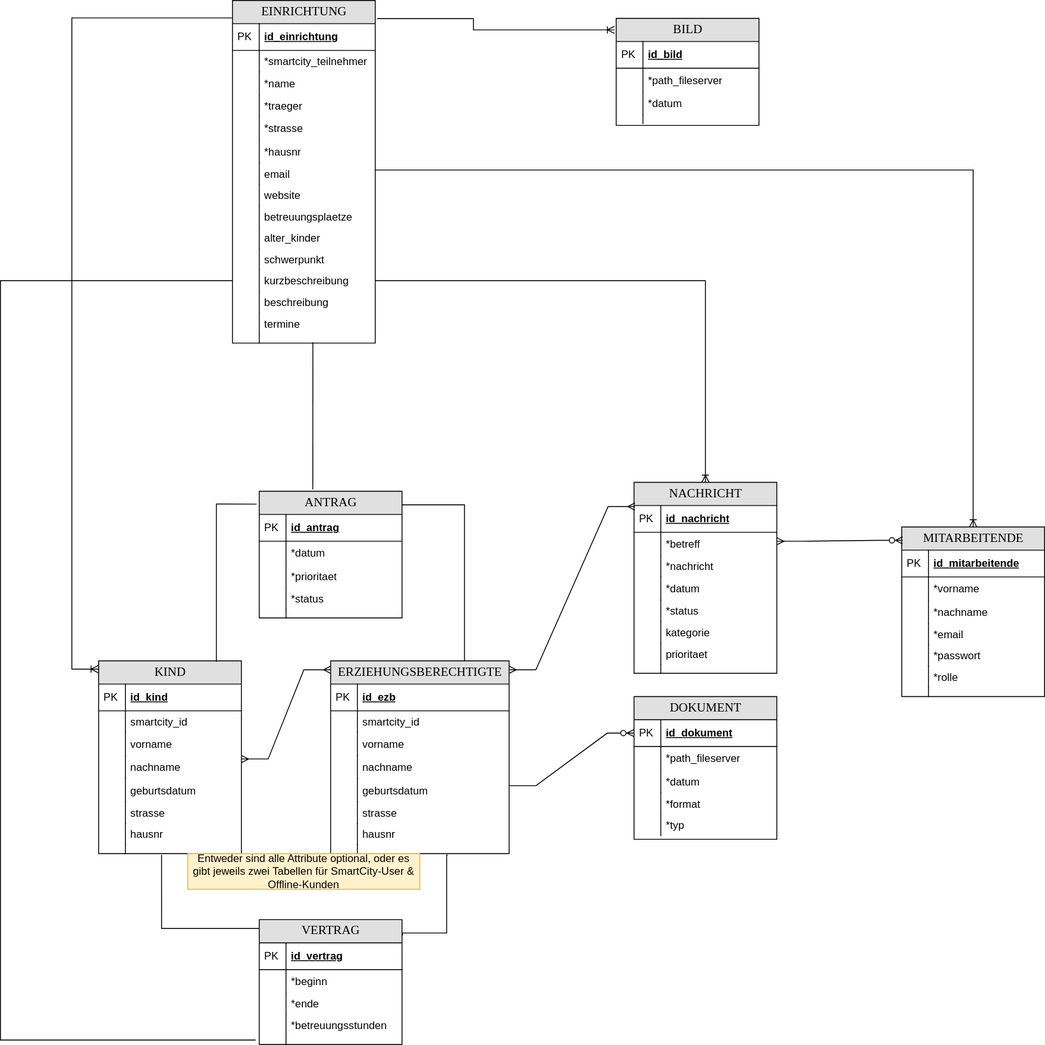
The draw.io diagram kita/media/ERM.svg in SmartCityProjectGroup/SmartCity, before a commit. Source tidied: cells renumbered, new cells last; positions are measured from the earlier drawing's top-left corner, leaving out a move shared by most shapes.
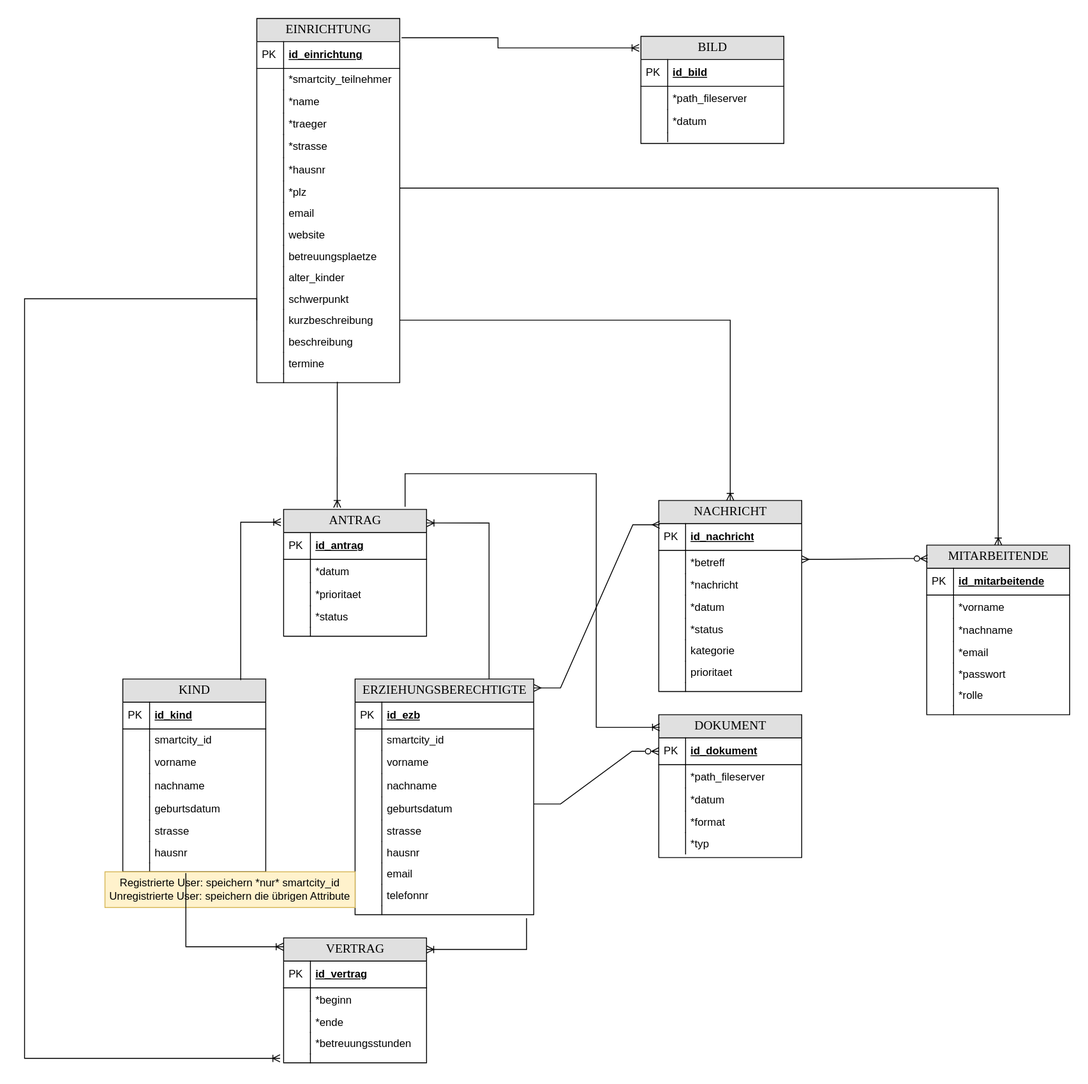
Above is the later version.

Commit message:
updated ERM, added glossary

What changed in the source:
```diff
@@ -54,7 +54,7 @@
       <mxGeometry width="30" height="10" as="geometry" />
     </mxCell>
     <mxCell id="19" value="ERZIEHUNGSBERECHTIGTE" style="swimlane;html=1;fontStyle=0;horizontal=1;startSize=26;fillColor=#e0e0e0;swimlaneFillColor=#ffffff;align=center;rounded=0;shadow=0;comic=0;labelBackgroundColor=none;strokeWidth=1;fontFamily=Verdana;fontSize=14;" parent="1" vertex="1">
-      <mxGeometry x="370" y="740" width="200" height="216" as="geometry" />
+      <mxGeometry x="370" y="740" width="200" height="264" as="geometry" />
     </mxCell>
     <mxCell id="20" value="id_ezb" style="shape=partialRectangle;top=0;left=0;right=0;bottom=1;html=1;align=left;verticalAlign=middle;fillColor=none;spacingLeft=34;spacingRight=4;whiteSpace=wrap;overflow=hidden;fontStyle=5;" parent="19" vertex="1">
       <mxGeometry y="26" width="200" height="30" as="geometry" />
@@ -98,14 +98,26 @@
     <mxCell id="33" style="shape=partialRectangle;top=0;left=0;bottom=0;fillColor=none;stokeWidth=1;align=left;verticalAlign=middle;spacingLeft=4;spacingRight=4;overflow=hidden;" parent="32" vertex="1">
       <mxGeometry width="30" height="24" as="geometry" />
     </mxCell>
+    <mxCell id="156" value="email" style="shape=partialRectangle;fillColor=none;align=left;verticalAlign=middle;strokeColor=none;spacingLeft=34;" parent="19" vertex="1">
+      <mxGeometry y="206" width="200" height="24" as="geometry" />
+    </mxCell>
+    <mxCell id="157" style="shape=partialRectangle;top=0;left=0;bottom=0;fillColor=none;stokeWidth=1;align=left;verticalAlign=middle;spacingLeft=4;spacingRight=4;overflow=hidden;" parent="156" vertex="1">
+      <mxGeometry width="30" height="24" as="geometry" />
+    </mxCell>
+    <mxCell id="158" value="telefonnr" style="shape=partialRectangle;fillColor=none;align=left;verticalAlign=middle;strokeColor=none;spacingLeft=34;" parent="19" vertex="1">
+      <mxGeometry y="230" width="200" height="24" as="geometry" />
+    </mxCell>
+    <mxCell id="159" style="shape=partialRectangle;top=0;left=0;bottom=0;fillColor=none;stokeWidth=1;align=left;verticalAlign=middle;spacingLeft=4;spacingRight=4;overflow=hidden;" parent="158" vertex="1">
+      <mxGeometry width="30" height="24" as="geometry" />
+    </mxCell>
     <mxCell id="34" style="shape=partialRectangle;top=0;left=0;right=0;bottom=0;html=1;align=left;verticalAlign=top;fillColor=none;spacingLeft=34;spacingRight=4;whiteSpace=wrap;overflow=hidden;points=[[0,0.5],[1,0.5]];portConstraint=eastwest;" parent="19" vertex="1">
-      <mxGeometry y="206" width="200" height="10" as="geometry" />
+      <mxGeometry y="254" width="200" height="10" as="geometry" />
     </mxCell>
     <mxCell id="35" style="shape=partialRectangle;top=0;left=0;bottom=0;html=1;fillColor=none;align=left;verticalAlign=top;spacingLeft=4;spacingRight=4;whiteSpace=wrap;overflow=hidden;" parent="34" vertex="1">
       <mxGeometry width="30" height="10" as="geometry" />
     </mxCell>
     <mxCell id="36" value="EINRICHTUNG" style="swimlane;html=1;fontStyle=0;horizontal=1;startSize=26;fillColor=#e0e0e0;swimlaneFillColor=#ffffff;align=center;rounded=0;shadow=0;comic=0;labelBackgroundColor=none;strokeWidth=1;fontFamily=Verdana;fontSize=14;" parent="1" vertex="1">
-      <mxGeometry x="260" width="160" height="384" as="geometry" />
+      <mxGeometry x="260" width="160" height="408" as="geometry" />
     </mxCell>
     <mxCell id="37" value="id_einrichtung" style="shape=partialRectangle;top=0;left=0;right=0;bottom=1;html=1;align=left;verticalAlign=middle;fillColor=none;spacingLeft=34;spacingRight=4;whiteSpace=wrap;overflow=hidden;fontStyle=5;" parent="36" vertex="1">
       <mxGeometry y="26" width="160" height="30" as="geometry" />
@@ -143,67 +155,66 @@
     <mxCell id="48" style="shape=partialRectangle;top=0;left=0;bottom=0;html=1;fillColor=none;align=left;verticalAlign=top;spacingLeft=4;spacingRight=4;whiteSpace=wrap;overflow=hidden;" parent="47" vertex="1">
       <mxGeometry width="30" height="26" as="geometry" />
     </mxCell>
+    <mxCell id="160" value="*plz" style="shape=partialRectangle;fillColor=none;align=left;verticalAlign=middle;strokeColor=none;spacingLeft=34;" parent="36" vertex="1">
+      <mxGeometry y="182" width="160" height="24" as="geometry" />
+    </mxCell>
+    <mxCell id="161" style="shape=partialRectangle;top=0;left=0;bottom=0;fillColor=none;stokeWidth=1;align=left;verticalAlign=middle;spacingLeft=4;spacingRight=4;overflow=hidden;" parent="160" vertex="1">
+      <mxGeometry width="30" height="24" as="geometry" />
+    </mxCell>
     <mxCell id="49" value="email" style="shape=partialRectangle;fillColor=none;align=left;verticalAlign=middle;strokeColor=none;spacingLeft=34;" parent="36" vertex="1">
-      <mxGeometry y="182" width="160" height="24" as="geometry" />
+      <mxGeometry y="206" width="160" height="24" as="geometry" />
     </mxCell>
     <mxCell id="50" style="shape=partialRectangle;top=0;left=0;bottom=0;fillColor=none;stokeWidth=1;align=left;verticalAlign=middle;spacingLeft=4;spacingRight=4;overflow=hidden;" parent="49" vertex="1">
       <mxGeometry width="30" height="24" as="geometry" />
     </mxCell>
     <mxCell id="51" value="website" style="shape=partialRectangle;fillColor=none;align=left;verticalAlign=middle;strokeColor=none;spacingLeft=34;" parent="36" vertex="1">
-      <mxGeometry y="206" width="160" height="24" as="geometry" />
+      <mxGeometry y="230" width="160" height="24" as="geometry" />
     </mxCell>
     <mxCell id="52" style="shape=partialRectangle;top=0;left=0;bottom=0;fillColor=none;stokeWidth=1;align=left;verticalAlign=middle;spacingLeft=4;spacingRight=4;overflow=hidden;" parent="51" vertex="1">
       <mxGeometry width="30" height="24" as="geometry" />
     </mxCell>
     <mxCell id="53" value="betreuungsplaetze" style="shape=partialRectangle;fillColor=none;align=left;verticalAlign=middle;strokeColor=none;spacingLeft=34;" parent="36" vertex="1">
-      <mxGeometry y="230" width="160" height="24" as="geometry" />
+      <mxGeometry y="254" width="160" height="24" as="geometry" />
     </mxCell>
     <mxCell id="54" style="shape=partialRectangle;top=0;left=0;bottom=0;fillColor=none;stokeWidth=1;align=left;verticalAlign=middle;spacingLeft=4;spacingRight=4;overflow=hidden;" parent="53" vertex="1">
       <mxGeometry width="30" height="24" as="geometry" />
     </mxCell>
     <mxCell id="55" value="alter_kinder" style="shape=partialRectangle;fillColor=none;align=left;verticalAlign=middle;strokeColor=none;spacingLeft=34;" parent="36" vertex="1">
-      <mxGeometry y="254" width="160" height="24" as="geometry" />
+      <mxGeometry y="278" width="160" height="24" as="geometry" />
     </mxCell>
     <mxCell id="56" style="shape=partialRectangle;top=0;left=0;bottom=0;fillColor=none;stokeWidth=1;align=left;verticalAlign=middle;spacingLeft=4;spacingRight=4;overflow=hidden;" parent="55" vertex="1">
       <mxGeometry width="30" height="24" as="geometry" />
     </mxCell>
     <mxCell id="57" value="schwerpunkt" style="shape=partialRectangle;fillColor=none;align=left;verticalAlign=middle;strokeColor=none;spacingLeft=34;" parent="36" vertex="1">
-      <mxGeometry y="278" width="160" height="24" as="geometry" />
+      <mxGeometry y="302" width="160" height="24" as="geometry" />
     </mxCell>
     <mxCell id="58" style="shape=partialRectangle;top=0;left=0;bottom=0;fillColor=none;stokeWidth=1;align=left;verticalAlign=middle;spacingLeft=4;spacingRight=4;overflow=hidden;" parent="57" vertex="1">
       <mxGeometry width="30" height="24" as="geometry" />
     </mxCell>
     <mxCell id="59" value="kurzbeschreibung" style="shape=partialRectangle;fillColor=none;align=left;verticalAlign=middle;strokeColor=none;spacingLeft=34;points=[[0,0.5],[1,0.5]];portConstraint=eastwest;" parent="36" vertex="1">
-      <mxGeometry y="302" width="160" height="24" as="geometry" />
+      <mxGeometry y="326" width="160" height="24" as="geometry" />
     </mxCell>
     <mxCell id="60" style="shape=partialRectangle;top=0;left=0;bottom=0;fillColor=none;stokeWidth=1;align=left;verticalAlign=middle;spacingLeft=4;spacingRight=4;overflow=hidden;" parent="59" vertex="1">
       <mxGeometry width="30" height="24" as="geometry" />
     </mxCell>
     <mxCell id="61" value="beschreibung" style="shape=partialRectangle;fillColor=none;align=left;verticalAlign=middle;strokeColor=none;spacingLeft=34;" parent="36" vertex="1">
-      <mxGeometry y="326" width="160" height="24" as="geometry" />
+      <mxGeometry y="350" width="160" height="24" as="geometry" />
     </mxCell>
     <mxCell id="62" style="shape=partialRectangle;top=0;left=0;bottom=0;fillColor=none;stokeWidth=1;align=left;verticalAlign=middle;spacingLeft=4;spacingRight=4;overflow=hidden;" parent="61" vertex="1">
       <mxGeometry width="30" height="24" as="geometry" />
     </mxCell>
     <mxCell id="63" value="termine" style="shape=partialRectangle;fillColor=none;align=left;verticalAlign=middle;strokeColor=none;spacingLeft=34;" parent="36" vertex="1">
-      <mxGeometry y="350" width="160" height="24" as="geometry" />
+      <mxGeometry y="374" width="160" height="24" as="geometry" />
     </mxCell>
     <mxCell id="64" style="shape=partialRectangle;top=0;left=0;bottom=0;fillColor=none;stokeWidth=1;align=left;verticalAlign=middle;spacingLeft=4;spacingRight=4;overflow=hidden;" parent="63" vertex="1">
       <mxGeometry width="30" height="24" as="geometry" />
     </mxCell>
     <mxCell id="65" style="shape=partialRectangle;top=0;left=0;right=0;bottom=0;html=1;align=left;verticalAlign=top;fillColor=none;spacingLeft=34;spacingRight=4;whiteSpace=wrap;overflow=hidden;points=[[0,0.5],[1,0.5]];portConstraint=eastwest;" parent="36" vertex="1">
-      <mxGeometry y="374" width="160" height="10" as="geometry" />
+      <mxGeometry y="398" width="160" height="10" as="geometry" />
     </mxCell>
     <mxCell id="66" style="shape=partialRectangle;top=0;left=0;bottom=0;html=1;fillColor=none;align=left;verticalAlign=top;spacingLeft=4;spacingRight=4;whiteSpace=wrap;overflow=hidden;" parent="65" vertex="1">
       <mxGeometry width="30" height="10" as="geometry" />
     </mxCell>
-    <mxCell id="67" style="edgeStyle=elbowEdgeStyle;fontSize=12;html=1;endArrow=ERoneToMany;rounded=0;exitX=0.002;exitY=0.051;exitDx=0;exitDy=0;exitPerimeter=0;entryX=-0.003;entryY=0.043;entryDx=0;entryDy=0;entryPerimeter=0;" parent="1" edge="1" source="36" target="2">
-      <mxGeometry relative="1" as="geometry">
-        <Array as="points">
-          <mxPoint x="80" y="500" />
-        </Array>
-      </mxGeometry>
-    </mxCell>
     <mxCell id="68" value="BILD" style="swimlane;html=1;fontStyle=0;horizontal=1;startSize=26;fillColor=#e0e0e0;swimlaneFillColor=#ffffff;align=center;rounded=0;shadow=0;comic=0;labelBackgroundColor=none;strokeWidth=1;fontFamily=Verdana;fontSize=14;" parent="1" vertex="1">
       <mxGeometry x="690" y="20" width="160" height="120" as="geometry" />
     </mxCell>
@@ -317,10 +328,10 @@
     <mxCell id="103" style="shape=partialRectangle;top=0;left=0;bottom=0;html=1;fillColor=none;align=left;verticalAlign=top;spacingLeft=4;spacingRight=4;whiteSpace=wrap;overflow=hidden;" parent="102" vertex="1">
       <mxGeometry width="30" height="10" as="geometry" />
     </mxCell>
-    <mxCell id="104" style="fontSize=12;html=1;endArrow=none;startArrow=none;rounded=0;entryX=1.002;entryY=0.107;entryDx=0;entryDy=0;entryPerimeter=0;exitX=0.75;exitY=0;exitDx=0;exitDy=0;edgeStyle=orthogonalEdgeStyle;startFill=0;endFill=0;" parent="1" edge="1" source="19" target="78">
+    <mxCell id="104" style="fontSize=12;html=1;endArrow=ERoneToMany;startArrow=none;rounded=0;entryX=1.002;entryY=0.107;entryDx=0;entryDy=0;entryPerimeter=0;exitX=0.75;exitY=0;exitDx=0;exitDy=0;edgeStyle=orthogonalEdgeStyle;startFill=0;endFill=0;" parent="1" edge="1" source="19" target="78">
       <mxGeometry relative="1" as="geometry" />
     </mxCell>
-    <mxCell id="105" style="fontSize=12;html=1;endArrow=none;startArrow=none;rounded=0;exitX=0.825;exitY=0.005;exitDx=0;exitDy=0;exitPerimeter=0;edgeStyle=orthogonalEdgeStyle;entryX=-0.019;entryY=0.101;entryDx=0;entryDy=0;entryPerimeter=0;endFill=0;startFill=0;" parent="1" edge="1" source="2" target="78">
+    <mxCell id="105" style="fontSize=12;html=1;endArrow=ERoneToMany;startArrow=none;rounded=0;exitX=0.825;exitY=0.005;exitDx=0;exitDy=0;exitPerimeter=0;edgeStyle=orthogonalEdgeStyle;entryX=-0.019;entryY=0.101;entryDx=0;entryDy=0;entryPerimeter=0;endFill=0;startFill=0;" parent="1" edge="1" source="2" target="78">
       <mxGeometry relative="1" as="geometry">
         <Array as="points">
           <mxPoint x="242" y="564" />
@@ -360,19 +371,13 @@
     <mxCell id="116" style="shape=partialRectangle;top=0;left=0;bottom=0;fillColor=none;stokeWidth=1;align=left;verticalAlign=middle;spacingLeft=4;spacingRight=4;overflow=hidden;" parent="115" vertex="1">
       <mxGeometry width="30" height="24" as="geometry" />
     </mxCell>
-    <mxCell id="117" style="edgeStyle=entityRelationEdgeStyle;fontSize=12;html=1;endArrow=ERmany;startArrow=ERmany;rounded=0;" parent="1" edge="1">
-      <mxGeometry relative="1" as="geometry">
-        <mxPoint x="270" y="850" as="sourcePoint" />
-        <mxPoint x="370" y="750" as="targetPoint" />
-      </mxGeometry>
-    </mxCell>
     <mxCell id="118" style="edgeStyle=entityRelationEdgeStyle;fontSize=12;html=1;endArrow=ERzeroToMany;startArrow=none;rounded=0;startFill=0;endFill=0;entryX=0;entryY=0.5;entryDx=0;entryDy=0;" parent="1" edge="1" target="107">
       <mxGeometry relative="1" as="geometry">
         <mxPoint x="570" y="880" as="sourcePoint" />
       </mxGeometry>
     </mxCell>
-    <mxCell id="119" value="Entweder sind alle Attribute optional, oder es gibt jeweils zwei Tabellen für SmartCity-User &amp;amp; Offline-Kunden" style="text;html=1;strokeColor=#d6b656;fillColor=#fff2cc;align=center;verticalAlign=middle;whiteSpace=wrap;rounded=0;" parent="1" vertex="1">
-      <mxGeometry x="210" y="956" width="260" height="40" as="geometry" />
+    <mxCell id="119" value="Registrierte User: speichern *nur* smartcity_id&lt;br&gt;Unregistrierte User: speichern die übrigen Attribute" style="text;html=1;strokeColor=#d6b656;fillColor=#fff2cc;align=center;verticalAlign=middle;whiteSpace=wrap;rounded=0;" parent="1" vertex="1">
+      <mxGeometry x="90" y="956" width="280" height="40" as="geometry" />
     </mxCell>
     <mxCell id="120" value="VERTRAG" style="swimlane;html=1;fontStyle=0;horizontal=1;startSize=26;fillColor=#e0e0e0;swimlaneFillColor=#ffffff;align=center;rounded=0;shadow=0;comic=0;labelBackgroundColor=none;strokeWidth=1;fontFamily=Verdana;fontSize=14;" parent="1" vertex="1">
       <mxGeometry x="290" y="1030" width="160" height="140" as="geometry" />
@@ -407,7 +412,7 @@
     <mxCell id="130" style="shape=partialRectangle;top=0;left=0;bottom=0;html=1;fillColor=none;align=left;verticalAlign=top;spacingLeft=4;spacingRight=4;whiteSpace=wrap;overflow=hidden;" parent="129" vertex="1">
       <mxGeometry width="30" height="10" as="geometry" />
     </mxCell>
-    <mxCell id="131" style="fontSize=12;html=1;endArrow=none;startArrow=none;rounded=0;exitX=-0.002;exitY=0.071;exitDx=0;exitDy=0;exitPerimeter=0;edgeStyle=orthogonalEdgeStyle;entryX=0.441;entryY=1.15;entryDx=0;entryDy=0;entryPerimeter=0;endFill=0;startFill=0;" parent="1" edge="1" source="120" target="17">
+    <mxCell id="131" style="fontSize=12;html=1;endArrow=none;startArrow=ERoneToMany;rounded=0;exitX=-0.002;exitY=0.071;exitDx=0;exitDy=0;exitPerimeter=0;edgeStyle=orthogonalEdgeStyle;entryX=0.441;entryY=1.15;entryDx=0;entryDy=0;entryPerimeter=0;endFill=0;startFill=0;" parent="1" edge="1" source="120" target="17">
       <mxGeometry relative="1" as="geometry">
         <Array as="points">
           <mxPoint x="290" y="1040" />
@@ -415,18 +420,10 @@
         </Array>
       </mxGeometry>
     </mxCell>
-    <mxCell id="132" style="fontSize=12;html=1;endArrow=none;startArrow=none;rounded=0;entryX=1.003;entryY=0.126;entryDx=0;entryDy=0;entryPerimeter=0;exitX=0.657;exitY=1.167;exitDx=0;exitDy=0;edgeStyle=orthogonalEdgeStyle;startFill=0;endFill=0;exitPerimeter=0;" parent="1" edge="1" source="34" target="120">
-      <mxGeometry relative="1" as="geometry">
-        <Array as="points">
-          <mxPoint x="500" y="958" />
-          <mxPoint x="500" y="1045" />
-        </Array>
-      </mxGeometry>
-    </mxCell>
-    <mxCell id="133" style="fontSize=12;html=1;endArrow=none;startArrow=none;rounded=0;entryX=0.563;entryY=0.9;entryDx=0;entryDy=0;entryPerimeter=0;endFill=0;startFill=0;exitX=0.375;exitY=-0.014;exitDx=0;exitDy=0;exitPerimeter=0;" parent="1" edge="1" source="78" target="65">
+    <mxCell id="133" style="fontSize=12;html=1;endArrow=none;startArrow=ERoneToMany;rounded=0;entryX=0.563;entryY=0.9;entryDx=0;entryDy=0;entryPerimeter=0;endFill=0;startFill=0;exitX=0.375;exitY=-0.014;exitDx=0;exitDy=0;exitPerimeter=0;" parent="1" edge="1" source="78" target="65">
       <mxGeometry relative="1" as="geometry" />
     </mxCell>
-    <mxCell id="134" style="fontSize=12;html=1;endArrow=none;startArrow=none;rounded=0;exitX=-0.025;exitY=1.208;exitDx=0;exitDy=0;exitPerimeter=0;edgeStyle=orthogonalEdgeStyle;endFill=0;startFill=0;entryX=0;entryY=0.5;entryDx=0;entryDy=0;" parent="1" edge="1" source="127" target="59">
+    <mxCell id="134" style="fontSize=12;html=1;endArrow=none;startArrow=ERoneToMany;rounded=0;exitX=-0.025;exitY=1.208;exitDx=0;exitDy=0;exitPerimeter=0;edgeStyle=orthogonalEdgeStyle;endFill=0;startFill=0;entryX=0;entryY=0.5;entryDx=0;entryDy=0;" parent="1" edge="1" source="127" target="59">
       <mxGeometry relative="1" as="geometry">
         <Array as="points">
           <mxPoint y="1165" />
@@ -513,5 +510,21 @@
         </Array>
       </mxGeometry>
     </mxCell>
+    <mxCell id="132" style="fontSize=12;html=1;endArrow=ERoneToMany;startArrow=none;rounded=0;entryX=1;entryY=0.093;entryDx=0;entryDy=0;entryPerimeter=0;exitX=0.96;exitY=1.4;exitDx=0;exitDy=0;edgeStyle=orthogonalEdgeStyle;startFill=0;endFill=0;exitPerimeter=0;" parent="1" edge="1" source="34" target="120">
+      <mxGeometry relative="1" as="geometry">
+        <Array as="points">
+          <mxPoint x="562" y="1043" />
+        </Array>
+      </mxGeometry>
+    </mxCell>
+    <mxCell id="162" style="fontSize=12;html=1;endArrow=ERoneToMany;startArrow=none;rounded=0;entryX=0.006;entryY=0.088;entryDx=0;entryDy=0;exitX=0.85;exitY=-0.021;exitDx=0;exitDy=0;edgeStyle=orthogonalEdgeStyle;startFill=0;endFill=0;exitPerimeter=0;entryPerimeter=0;" parent="1" edge="1" source="78" target="106">
+      <mxGeometry relative="1" as="geometry">
+        <Array as="points">
+          <mxPoint x="426" y="510" />
+          <mxPoint x="640" y="510" />
+          <mxPoint x="640" y="794" />
+        </Array>
+      </mxGeometry>
+    </mxCell>
   </root>
 </mxGraphModel>
```
